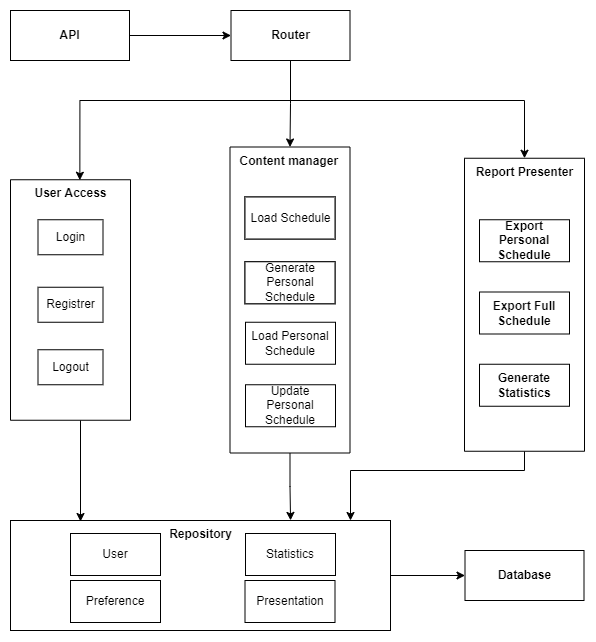
The draw.io diagram docs/diagrams/scheulde-generator-modules.drawio.png in ivanchuchulski/fmi-web-project-schedule-generator, before a commit. Source tidied: cells renumbered, new cells last; positions are measured from the earlier drawing's top-left corner, leaving out a move shared by most shapes.
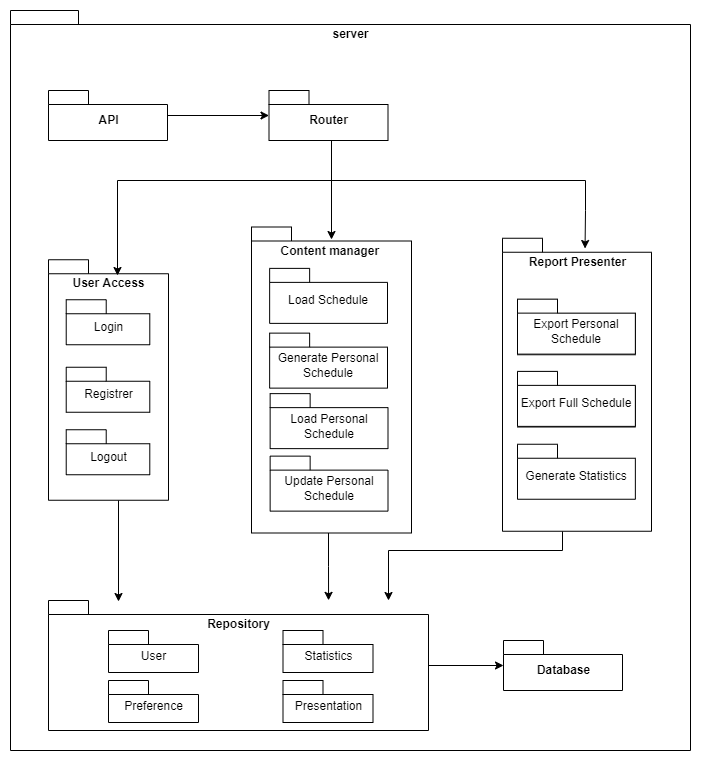
After the change.

Commit message:
improve README, fixes in modules diagram

Diff of the diagram source:
```diff
@@ -2,123 +2,138 @@
   <root>
     <mxCell id="0" />
     <mxCell id="1" parent="0" />
+    <mxCell id="33" value="server" style="shape=folder;fontStyle=1;spacingTop=10;tabWidth=40;tabHeight=14;tabPosition=left;html=1;verticalAlign=top;" parent="1" vertex="1">
+      <mxGeometry x="-46" y="-10" width="680" height="740" as="geometry" />
+    </mxCell>
     <mxCell id="2" style="edgeStyle=orthogonalEdgeStyle;rounded=0;jettySize=auto;html=1;" parent="1" edge="1" source="3" target="6">
       <mxGeometry relative="1" as="geometry">
         <Array as="points">
-          <mxPoint x="514" y="460" />
-          <mxPoint x="340" y="460" />
+          <mxPoint x="506" y="530" />
+          <mxPoint x="332" y="530" />
         </Array>
       </mxGeometry>
     </mxCell>
-    <mxCell id="3" value="Report Presenter" style="html=1;verticalAlign=top;direction=south;fontStyle=1;" parent="1" vertex="1">
-      <mxGeometry x="454" y="147.8" width="120" height="293" as="geometry" />
+    <mxCell id="3" value="Report Presenter" style="shape=folder;fontStyle=1;spacingTop=10;tabWidth=40;tabHeight=14;tabPosition=left;html=1;fontFamily=Helvetica;fontSize=12;fontColor=default;align=center;strokeColor=default;fillColor=default;verticalAlign=top;" parent="1" vertex="1">
+      <mxGeometry x="446" y="217.8" width="149" height="293" as="geometry" />
     </mxCell>
-    <mxCell id="4" value="Generate Statistics" style="html=1;whiteSpace=wrap;fontStyle=1;" parent="1" vertex="1">
-      <mxGeometry x="469" y="353.8" width="90" height="42" as="geometry" />
+    <mxCell id="4" value="Generate Statistics" style="shape=folder;fontStyle=0;spacingTop=10;tabWidth=40;tabHeight=14;tabPosition=left;html=1;fontFamily=Helvetica;fontSize=12;fontColor=default;align=center;strokeColor=default;fillColor=default;whiteSpace=wrap;" parent="1" vertex="1">
+      <mxGeometry x="461" y="423.8" width="117.9" height="55" as="geometry" />
     </mxCell>
     <mxCell id="5" style="edgeStyle=orthogonalEdgeStyle;rounded=0;jettySize=auto;html=1;" parent="1" edge="1" source="6" target="22">
       <mxGeometry relative="1" as="geometry" />
     </mxCell>
-    <mxCell id="6" value="Repository" style="html=1;verticalAlign=top;fontStyle=1;" parent="1" vertex="1">
-      <mxGeometry y="510" width="380" height="110" as="geometry" />
+    <mxCell id="6" value="Repository" style="shape=folder;fontStyle=1;spacingTop=10;tabWidth=40;tabHeight=14;tabPosition=left;html=1;fontFamily=Helvetica;fontSize=12;fontColor=default;align=center;strokeColor=default;fillColor=default;horizontal=1;verticalAlign=top;" parent="1" vertex="1">
+      <mxGeometry x="-8" y="580" width="380" height="130" as="geometry" />
     </mxCell>
     <mxCell id="7" style="edgeStyle=orthogonalEdgeStyle;rounded=0;jettySize=auto;html=1;entryX=0.737;entryY=-0.001;entryDx=0;entryDy=0;entryPerimeter=0;" parent="1" edge="1" source="8" target="6">
       <mxGeometry relative="1" as="geometry">
         <Array as="points">
-          <mxPoint x="280" y="476" />
-          <mxPoint x="280" y="476" />
+          <mxPoint x="272" y="546" />
+          <mxPoint x="272" y="546" />
         </Array>
       </mxGeometry>
     </mxCell>
-    <mxCell id="8" value="Content manager&amp;nbsp;" style="html=1;verticalAlign=top;direction=south;fontStyle=1;" parent="1" vertex="1">
-      <mxGeometry x="219.5" y="136.5" width="120" height="306" as="geometry" />
+    <mxCell id="8" value="Content manager&amp;nbsp;" style="shape=folder;fontStyle=1;spacingTop=10;tabWidth=40;tabHeight=14;tabPosition=left;html=1;fontFamily=Helvetica;fontSize=12;fontColor=default;align=center;strokeColor=default;fillColor=default;verticalAlign=top;" parent="1" vertex="1">
+      <mxGeometry x="195" y="206.5" width="160" height="306" as="geometry" />
     </mxCell>
     <mxCell id="9" style="edgeStyle=orthogonalEdgeStyle;rounded=0;jettySize=auto;html=1;" parent="1" edge="1" source="10">
       <mxGeometry relative="1" as="geometry">
-        <mxPoint x="70" y="511" as="targetPoint" />
+        <mxPoint x="62" y="581" as="targetPoint" />
         <Array as="points">
-          <mxPoint x="70" y="511" />
+          <mxPoint x="62" y="581" />
         </Array>
       </mxGeometry>
     </mxCell>
-    <mxCell id="10" value="User Access" style="html=1;verticalAlign=top;direction=south;fontStyle=1;" parent="1" vertex="1">
-      <mxGeometry y="169.2" width="120" height="240.5" as="geometry" />
+    <mxCell id="10" value="User Access" style="shape=folder;fontStyle=1;spacingTop=10;tabWidth=40;tabHeight=14;tabPosition=left;html=1;fontFamily=Helvetica;fontSize=12;fontColor=default;align=center;strokeColor=default;fillColor=default;verticalAlign=top;" parent="1" vertex="1">
+      <mxGeometry x="-8" y="239.2" width="120" height="240.5" as="geometry" />
     </mxCell>
-    <mxCell id="11" style="edgeStyle=orthogonalEdgeStyle;rounded=0;jettySize=auto;html=1;entryX=0;entryY=0.5;entryDx=0;entryDy=0;" parent="1" edge="1" source="14" target="3">
+    <mxCell id="11" style="edgeStyle=orthogonalEdgeStyle;rounded=0;jettySize=auto;html=1;entryX=0.554;entryY=0.035;entryDx=0;entryDy=0;entryPerimeter=0;" parent="1" edge="1" source="14" target="3">
       <mxGeometry relative="1" as="geometry">
         <Array as="points">
-          <mxPoint x="280" y="90" />
-          <mxPoint x="514" y="90" />
+          <mxPoint x="275" y="160" />
+          <mxPoint x="529" y="160" />
+          <mxPoint x="529" y="190" />
+          <mxPoint x="529" y="190" />
         </Array>
       </mxGeometry>
     </mxCell>
-    <mxCell id="12" style="edgeStyle=orthogonalEdgeStyle;rounded=0;jettySize=auto;html=1;entryX=0.002;entryY=0.422;entryDx=0;entryDy=0;entryPerimeter=0;" parent="1" edge="1" source="14" target="10">
+    <mxCell id="12" style="edgeStyle=orthogonalEdgeStyle;rounded=0;jettySize=auto;html=1;verticalAlign=top;" parent="1" edge="1" source="14">
       <mxGeometry relative="1" as="geometry">
+        <mxPoint x="61" y="255" as="targetPoint" />
         <Array as="points">
-          <mxPoint x="280" y="90" />
-          <mxPoint x="69" y="90" />
+          <mxPoint x="275" y="160" />
+          <mxPoint x="61" y="160" />
         </Array>
       </mxGeometry>
     </mxCell>
-    <mxCell id="13" style="edgeStyle=orthogonalEdgeStyle;rounded=0;jettySize=auto;html=1;entryX=0;entryY=0.5;entryDx=0;entryDy=0;" parent="1" edge="1" source="14" target="8">
-      <mxGeometry relative="1" as="geometry" />
+    <mxCell id="13" style="edgeStyle=orthogonalEdgeStyle;rounded=0;jettySize=auto;html=1;" parent="1" edge="1" source="14">
+      <mxGeometry relative="1" as="geometry">
+        <mxPoint x="275" y="219" as="targetPoint" />
+        <Array as="points">
+          <mxPoint x="275" y="140" />
+          <mxPoint x="275" y="140" />
+        </Array>
+      </mxGeometry>
     </mxCell>
-    <mxCell id="14" value="Router" style="html=1;fontStyle=1;" parent="1" vertex="1">
-      <mxGeometry x="220.5" width="119" height="50" as="geometry" />
+    <mxCell id="14" value="Router" style="shape=folder;fontStyle=1;spacingTop=10;tabWidth=40;tabHeight=14;tabPosition=left;html=1;fontFamily=Helvetica;fontSize=12;fontColor=default;align=center;strokeColor=default;fillColor=default;" parent="1" vertex="1">
+      <mxGeometry x="212.5" y="70" width="119" height="50" as="geometry" />
     </mxCell>
-    <mxCell id="15" value="Login" style="html=1;" parent="1" vertex="1">
-      <mxGeometry x="27.5" y="209.2" width="65" height="35" as="geometry" />
+    <mxCell id="15" value="Login" style="shape=folder;fontStyle=0;spacingTop=10;tabWidth=40;tabHeight=14;tabPosition=left;html=1;fontFamily=Helvetica;fontSize=12;fontColor=default;align=center;strokeColor=default;fillColor=default;" parent="1" vertex="1">
+      <mxGeometry x="9.7" y="279.2" width="83.6" height="45" as="geometry" />
     </mxCell>
-    <mxCell id="16" value="Load Schedule" style="html=1;" parent="1" vertex="1">
-      <mxGeometry x="234.5" y="186.5" width="90" height="42" as="geometry" />
+    <mxCell id="16" value="Load Schedule" style="shape=folder;fontStyle=0;spacingTop=10;tabWidth=40;tabHeight=14;tabPosition=left;html=1;fontFamily=Helvetica;fontSize=12;fontColor=default;align=center;strokeColor=default;fillColor=default;whiteSpace=wrap;" parent="1" vertex="1">
+      <mxGeometry x="213.1" y="247.9" width="117.9" height="55" as="geometry" />
     </mxCell>
-    <mxCell id="17" value="Generate Personal Schedule" style="html=1;whiteSpace=wrap;" parent="1" vertex="1">
-      <mxGeometry x="234.5" y="251.2" width="90" height="42" as="geometry" />
+    <mxCell id="17" value="Generate Personal Schedule" style="shape=folder;fontStyle=0;spacingTop=10;tabWidth=40;tabHeight=14;tabPosition=left;html=1;fontFamily=Helvetica;fontSize=12;fontColor=default;align=center;strokeColor=default;fillColor=default;whiteSpace=wrap;" parent="1" vertex="1">
+      <mxGeometry x="213.1" y="312.6" width="117.9" height="55" as="geometry" />
     </mxCell>
-    <mxCell id="18" value="Load Personal Schedule" style="html=1;whiteSpace=wrap;" parent="1" vertex="1">
-      <mxGeometry x="235" y="311.8" width="90" height="42" as="geometry" />
+    <mxCell id="18" value="Load Personal Schedule" style="shape=folder;fontStyle=0;spacingTop=10;tabWidth=40;tabHeight=14;tabPosition=left;html=1;fontFamily=Helvetica;fontSize=12;fontColor=default;align=center;strokeColor=default;fillColor=default;whiteSpace=wrap;" parent="1" vertex="1">
+      <mxGeometry x="213.6" y="373.1" width="117.9" height="55" as="geometry" />
     </mxCell>
-    <mxCell id="19" value="Presentation" style="html=1;whiteSpace=wrap;" parent="1" vertex="1">
-      <mxGeometry x="234.5" y="570" width="90" height="42" as="geometry" />
+    <mxCell id="19" value="Presentation" style="shape=folder;fontStyle=0;spacingTop=10;tabWidth=40;tabHeight=14;tabPosition=left;html=1;fontFamily=Helvetica;fontSize=12;fontColor=default;align=center;strokeColor=default;fillColor=default;" parent="1" vertex="1">
+      <mxGeometry x="226.5" y="660" width="90" height="42" as="geometry" />
     </mxCell>
-    <mxCell id="20" value="User" style="html=1;whiteSpace=wrap;" parent="1" vertex="1">
-      <mxGeometry x="60" y="523" width="90" height="42" as="geometry" />
+    <mxCell id="20" value="User" style="shape=folder;fontStyle=0;spacingTop=10;tabWidth=40;tabHeight=14;tabPosition=left;html=1;fontFamily=Helvetica;fontSize=12;fontColor=default;align=center;strokeColor=default;fillColor=default;" parent="1" vertex="1">
+      <mxGeometry x="52" y="610" width="90" height="42" as="geometry" />
     </mxCell>
-    <mxCell id="21" value="Preference" style="html=1;whiteSpace=wrap;" parent="1" vertex="1">
-      <mxGeometry x="60" y="570" width="90" height="42" as="geometry" />
+    <mxCell id="21" value="Preference" style="shape=folder;fontStyle=0;spacingTop=10;tabWidth=40;tabHeight=14;tabPosition=left;html=1;fontFamily=Helvetica;fontSize=12;fontColor=default;align=center;strokeColor=default;fillColor=default;" parent="1" vertex="1">
+      <mxGeometry x="52" y="660" width="90" height="42" as="geometry" />
     </mxCell>
-    <mxCell id="22" value="Database" style="html=1;whiteSpace=wrap;fontStyle=1;" parent="1" vertex="1">
-      <mxGeometry x="454.5" y="540" width="119" height="50" as="geometry" />
+    <mxCell id="22" value="Database" style="shape=folder;fontStyle=1;spacingTop=10;tabWidth=40;tabHeight=14;tabPosition=left;html=1;fontFamily=Helvetica;fontSize=12;fontColor=default;align=center;strokeColor=default;fillColor=default;" parent="1" vertex="1">
+      <mxGeometry x="447" y="620" width="119" height="50" as="geometry" />
     </mxCell>
     <mxCell id="23" style="edgeStyle=orthogonalEdgeStyle;rounded=0;jettySize=auto;html=1;" parent="1" edge="1" source="24" target="14">
       <mxGeometry relative="1" as="geometry" />
     </mxCell>
-    <mxCell id="24" value="API" style="html=1;whiteSpace=wrap;fontStyle=1;" parent="1" vertex="1">
-      <mxGeometry width="119" height="50" as="geometry" />
+    <mxCell id="24" value="API" style="shape=folder;fontStyle=1;spacingTop=10;tabWidth=40;tabHeight=14;tabPosition=left;html=1;fontFamily=Helvetica;fontSize=12;fontColor=default;align=center;strokeColor=default;fillColor=default;" parent="1" vertex="1">
+      <mxGeometry x="-8" y="70" width="119" height="50" as="geometry" />
     </mxCell>
-    <mxCell id="25" value="Export Full Schedule" style="html=1;whiteSpace=wrap;fontStyle=1;" parent="1" vertex="1">
-      <mxGeometry x="469" y="281.5" width="90" height="42" as="geometry" />
+    <mxCell id="25" value="Export Full Schedule" style="shape=folder;fontStyle=1;spacingTop=10;tabWidth=40;tabHeight=14;tabPosition=left;html=1;fontFamily=Helvetica;fontSize=12;fontColor=default;align=center;strokeColor=default;fillColor=default;whiteSpace=wrap;" parent="1" vertex="1">
+      <mxGeometry x="461" y="351.5" width="117.9" height="55" as="geometry" />
     </mxCell>
-    <mxCell id="26" value="Export Personal Schedule" style="html=1;whiteSpace=wrap;fontStyle=1;" parent="1" vertex="1">
-      <mxGeometry x="469" y="209.2" width="90" height="42" as="geometry" />
+    <mxCell id="26" value="Export Personal Schedule" style="shape=folder;fontStyle=1;spacingTop=10;tabWidth=40;tabHeight=14;tabPosition=left;html=1;fontFamily=Helvetica;fontSize=12;fontColor=default;align=center;strokeColor=default;fillColor=default;whiteSpace=wrap;" parent="1" vertex="1">
+      <mxGeometry x="461" y="279.2" width="117.9" height="55" as="geometry" />
     </mxCell>
-    <mxCell id="27" value="Logout" style="html=1;" parent="1" vertex="1">
-      <mxGeometry x="27.5" y="339.2" width="65" height="35" as="geometry" />
+    <mxCell id="27" value="Logout" style="shape=folder;fontStyle=0;spacingTop=10;tabWidth=40;tabHeight=14;tabPosition=left;html=1;fontFamily=Helvetica;fontSize=12;fontColor=default;align=center;strokeColor=default;fillColor=default;" parent="1" vertex="1">
+      <mxGeometry x="9.7" y="409.2" width="83.6" height="45" as="geometry" />
     </mxCell>
-    <mxCell id="28" value="Registrer" style="html=1;" parent="1" vertex="1">
-      <mxGeometry x="27.5" y="276.8" width="65" height="35" as="geometry" />
+    <mxCell id="28" value="Registrer" style="shape=folder;fontStyle=0;spacingTop=10;tabWidth=40;tabHeight=14;tabPosition=left;html=1;fontFamily=Helvetica;fontSize=12;fontColor=default;align=center;strokeColor=default;fillColor=default;" parent="1" vertex="1">
+      <mxGeometry x="9.7" y="346.8" width="83.6" height="45" as="geometry" />
     </mxCell>
-    <mxCell id="29" value="Update Personal Schedule" style="html=1;whiteSpace=wrap;" parent="1" vertex="1">
-      <mxGeometry x="235" y="374.2" width="90" height="42" as="geometry" />
+    <mxCell id="29" value="Update Personal Schedule" style="shape=folder;fontStyle=0;spacingTop=10;tabWidth=40;tabHeight=14;tabPosition=left;html=1;fontFamily=Helvetica;fontSize=12;fontColor=default;align=center;strokeColor=default;fillColor=default;whiteSpace=wrap;" parent="1" vertex="1">
+      <mxGeometry x="213.6" y="435.6" width="117.9" height="55" as="geometry" />
     </mxCell>
-    <mxCell id="30" value="Load Schedule" style="html=1;" parent="1" vertex="1">
-      <mxGeometry x="234.5" y="186.5" width="90" height="42" as="geometry" />
-    </mxCell>
-    <mxCell id="31" value="Generate Personal Schedule" style="html=1;whiteSpace=wrap;" parent="1" vertex="1">
-      <mxGeometry x="234.5" y="251.2" width="90" height="42" as="geometry" />
-    </mxCell>
-    <mxCell id="32" value="Statistics" style="html=1;whiteSpace=wrap;" parent="1" vertex="1">
-      <mxGeometry x="235" y="523" width="90" height="42" as="geometry" />
+    <mxCell id="32" value="Statistics" style="shape=folder;fontStyle=0;spacingTop=10;tabWidth=40;tabHeight=14;tabPosition=left;html=1;fontFamily=Helvetica;fontSize=12;fontColor=default;align=center;strokeColor=default;fillColor=default;" parent="1" vertex="1">
+      <mxGeometry x="226.5" y="610" width="90" height="42" as="geometry" />
     </mxCell>
+    <mxCell id="34" value="Export Personal Schedule" style="shape=folder;fontStyle=0;spacingTop=10;tabWidth=40;tabHeight=14;tabPosition=left;html=1;fontFamily=Helvetica;fontSize=12;fontColor=default;align=center;strokeColor=default;fillColor=default;whiteSpace=wrap;" parent="1" vertex="1">
+      <mxGeometry x="461" y="278.6" width="117.9" height="55" as="geometry" />
+    </mxCell>
+    <mxCell id="35" value="Export Full Schedule" style="shape=folder;fontStyle=0;spacingTop=10;tabWidth=40;tabHeight=14;tabPosition=left;html=1;fontFamily=Helvetica;fontSize=12;fontColor=default;align=center;strokeColor=default;fillColor=default;whiteSpace=wrap;" parent="1" vertex="1">
+      <mxGeometry x="461" y="350.9" width="117.9" height="55" as="geometry" />
+    </mxCell>
+    <mxCell id="36" style="edgeStyle=orthogonalEdgeStyle;rounded=0;orthogonalLoop=1;jettySize=auto;html=1;exitX=0.5;exitY=1;exitDx=0;exitDy=0;exitPerimeter=0;" parent="1" edge="1" source="27" target="27">
+      <mxGeometry relative="1" as="geometry" />
+    </mxCell>
   </root>
 </mxGraphModel>
```
